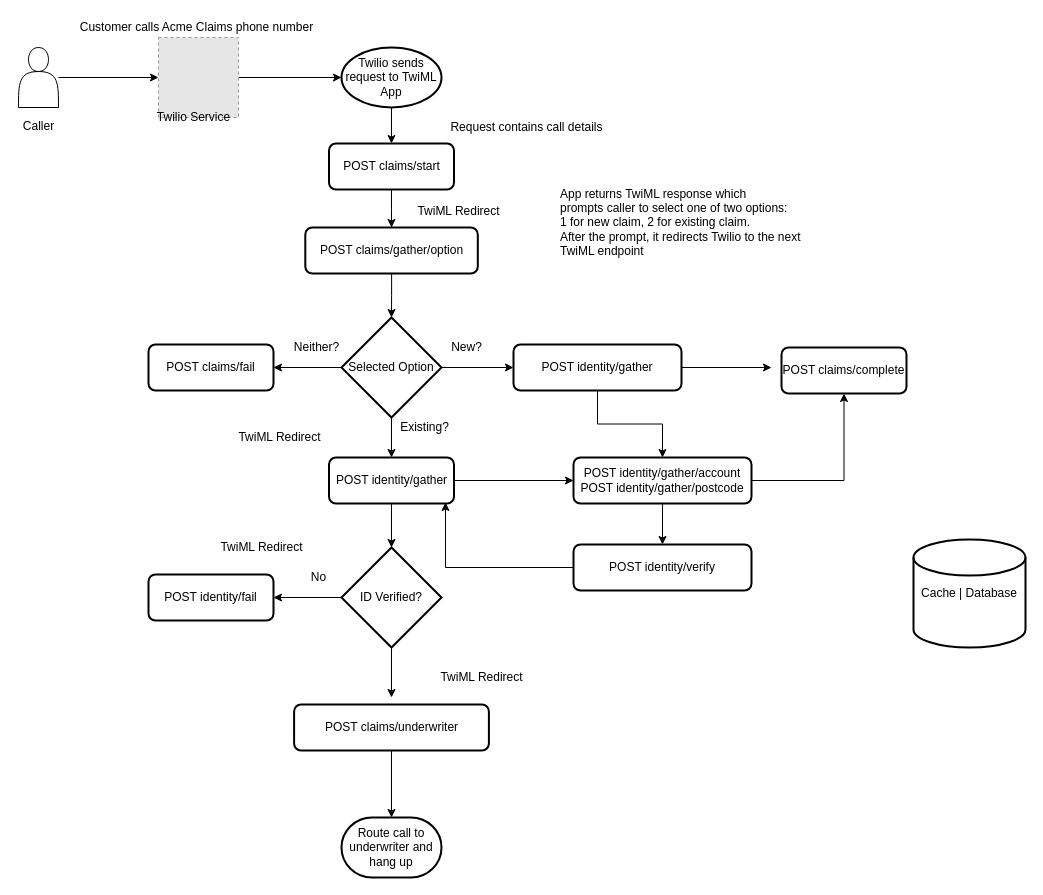
Above: ClaimsFulfilment.drawio in alsitebro/AcmeClaims (draw.io), before the change. Source tidied: cells renumbered, new cells numbered last; positions are measured from the earlier drawing's top-left corner, leaving out a move shared by most shapes. Both pictures are drawn from the tidied source at 100%, with x=0, y=0 at pixel (17, 17). Pictures stored in the file or linked from it are replaced by grey dashed boxes.
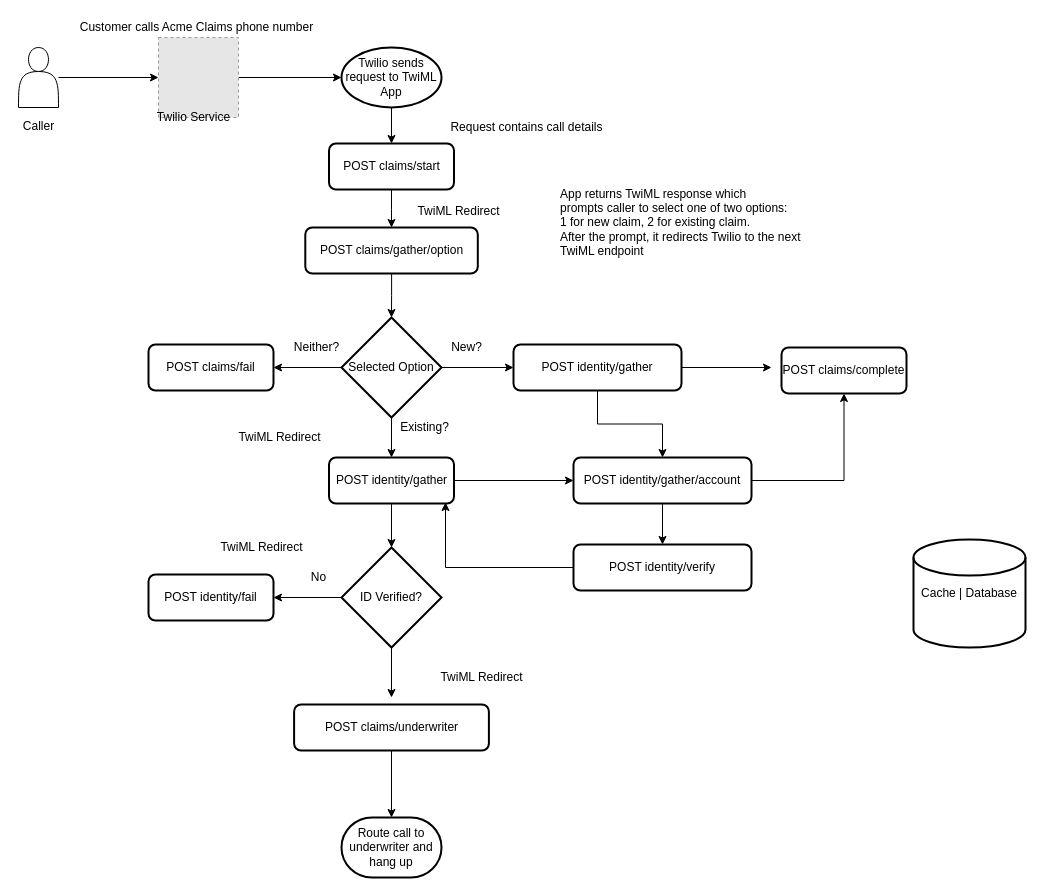
Above is the later version.

Change to the diagram source:
```diff
@@
-    <mxCell id="34" value="POST identity/gather/account&lt;br&gt;POST identity/gather/postcode" style="rounded=1;whiteSpace=wrap;html=1;absoluteArcSize=1;arcSize=14;strokeWidth=2;" parent="1" vertex="1">
+    <mxCell id="34" value="POST identity/gather/account" style="rounded=1;whiteSpace=wrap;html=1;absoluteArcSize=1;arcSize=14;strokeWidth=2;" parent="1" vertex="1">
       <mxGeometry x="556" y="440" width="178" height="46" as="geometry" />
     </mxCell>
```
